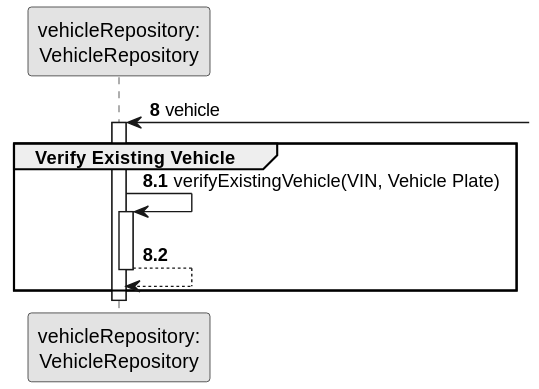
ricardomm7/leaflink keeps this PlantUML diagram as docs/sprintB/us006/03.design/svg/us006-sequence-diagram-partial-verify-existing-vehicle.svg. Above is the earlier version. Source of this version:
```plantuml
@startuml
skinparam monochrome true
skinparam packageStyle rectangle
skinparam shadowing false

participant "vehicleRepository:\nVehicleRepository" as VehicleRepository

autonumber 8
VehicleRepository <- : vehicle

activate VehicleRepository
    group Verify Existing Vehicle
    autonumber 8.1

        VehicleRepository -> VehicleRepository: verifyExistingVehicle(VIN, Vehicle Plate)
        activate VehicleRepository

        VehicleRepository --> VehicleRepository
        deactivate VehicleRepository

    end
deactivate VehicleRepository
@enduml
```
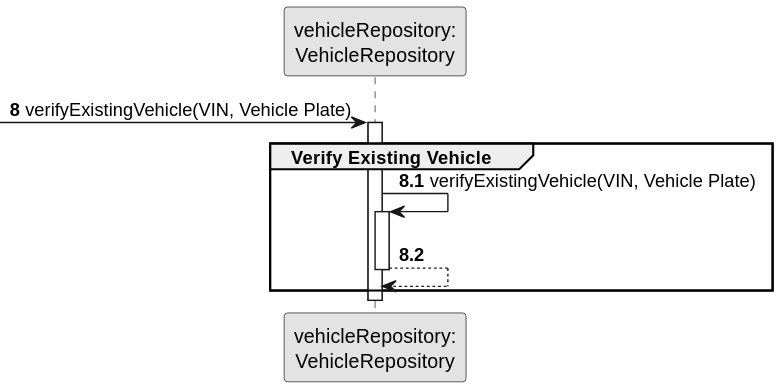
After the change.

Change to the diagram source:
```diff
@@ -6,7 +6,7 @@
 participant "vehicleRepository:\nVehicleRepository" as VehicleRepository
 
 autonumber 8
-VehicleRepository <- : vehicle
+-> VehicleRepository  : verifyExistingVehicle(VIN, Vehicle Plate)
 
 activate VehicleRepository
     group Verify Existing Vehicle
```
